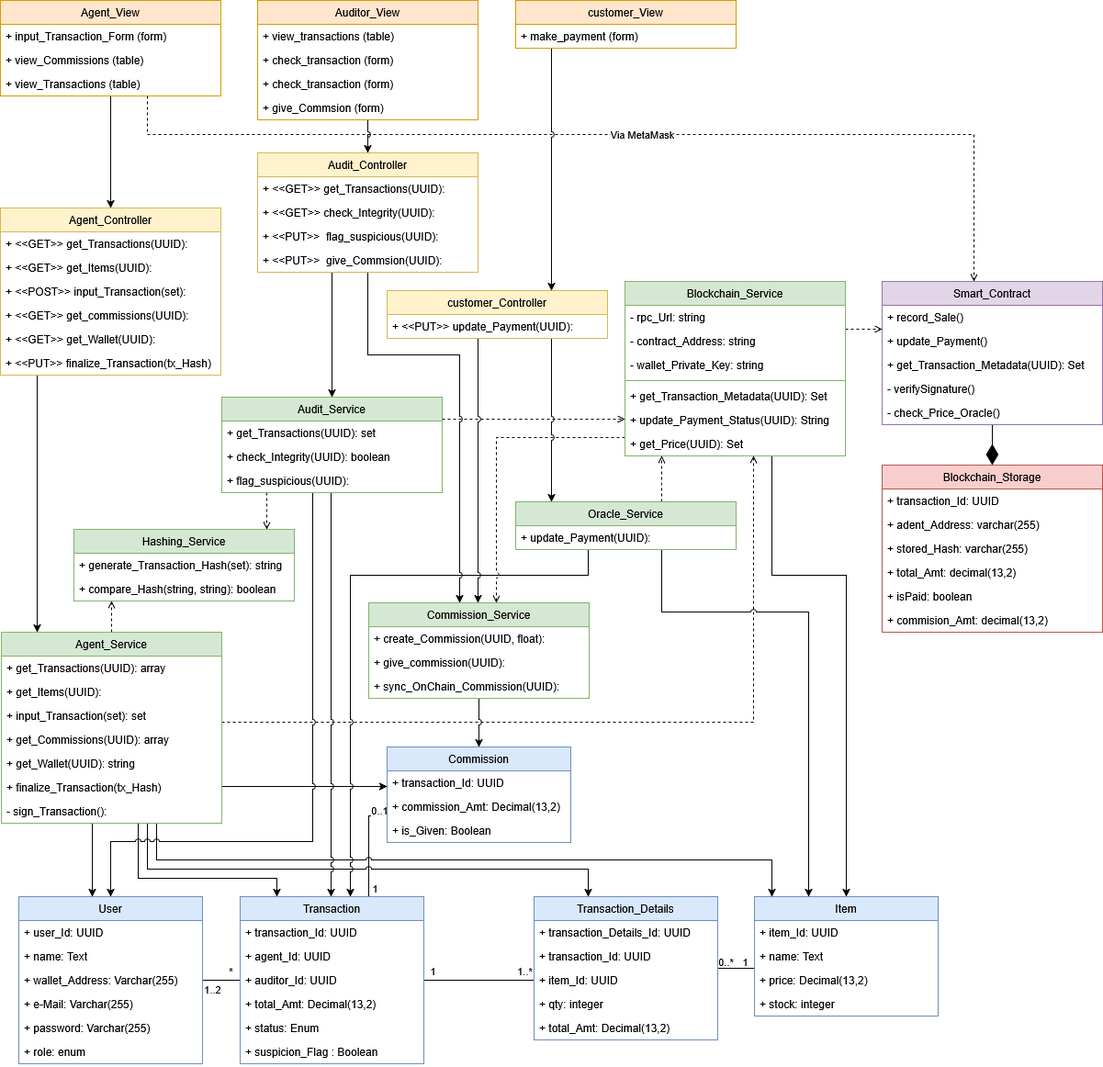
Earlier version of the draw.io export Diagrams/Class Diagram.png (EldwinPr/Tubes-Blockchain). Source tidied: cells renumbered, new cells last; positions are measured from the earlier drawing's top-left corner, leaving out a move shared by most shapes.
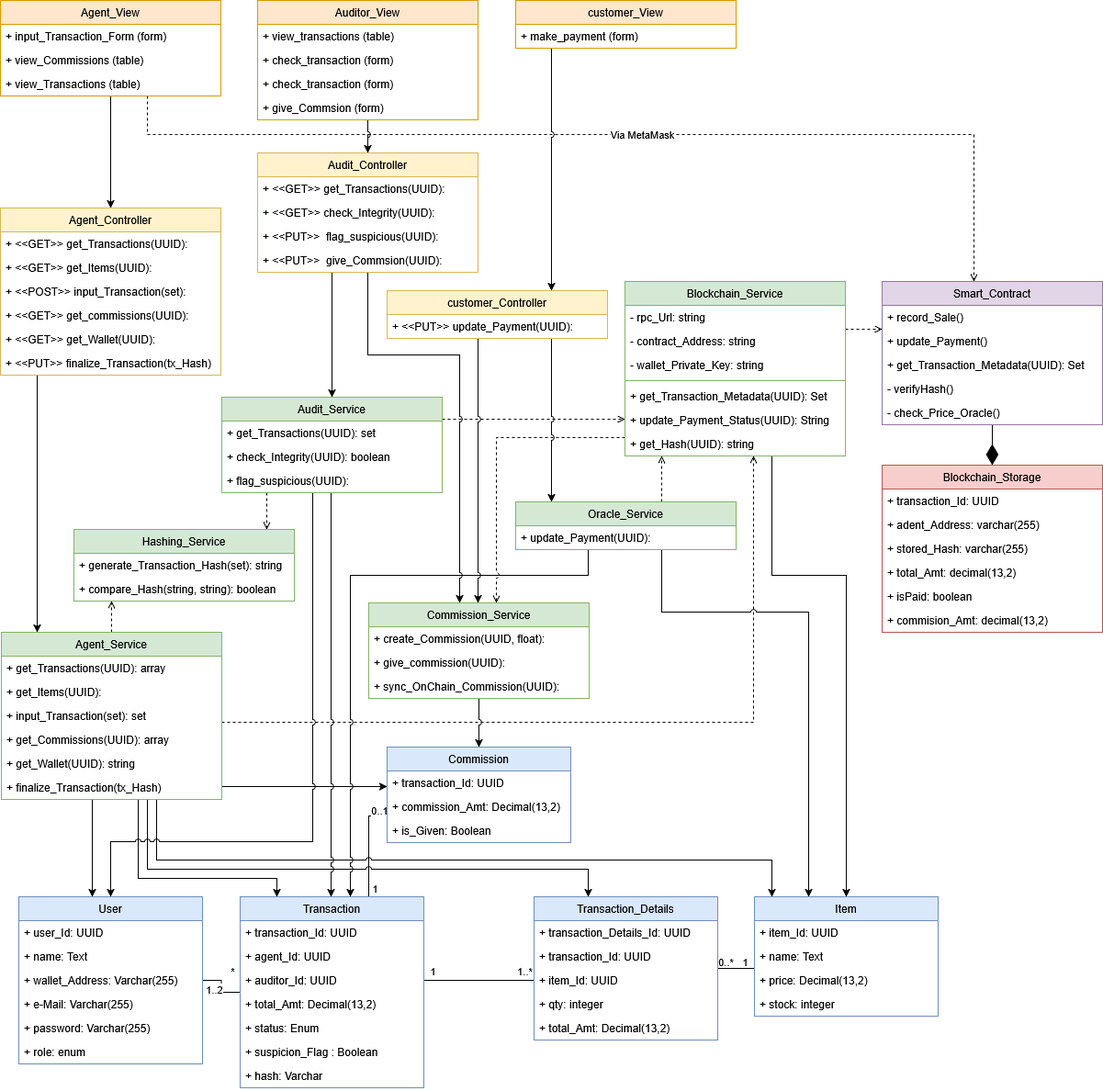
After the commit.

Change to the diagram source:
```diff
@@ -72,7 +72,7 @@
       </mxGeometry>
     </mxCell>
     <mxCell id="18" value="Transaction" style="swimlane;fontStyle=0;horizontal=1;startSize=26;fillColor=#dae8fc;whiteSpace=wrap;html=1;strokeColor=#6c8ebf;" parent="1" vertex="1">
-      <mxGeometry x="261" y="976" width="200" height="182" as="geometry" />
+      <mxGeometry x="261" y="976" width="200" height="208" as="geometry" />
     </mxCell>
     <mxCell id="19" value="+ transaction_Id: UUID" style="text;strokeColor=none;fillColor=none;align=left;verticalAlign=top;spacingLeft=4;spacingRight=4;overflow=hidden;whiteSpace=wrap;html=1;" parent="18" vertex="1">
       <mxGeometry y="26" width="200" height="26" as="geometry" />
@@ -92,6 +92,9 @@
     <mxCell id="24" value="+&amp;nbsp;suspicion_Flag&amp;nbsp;: Boolean" style="text;strokeColor=none;fillColor=none;align=left;verticalAlign=top;spacingLeft=4;spacingRight=4;overflow=hidden;whiteSpace=wrap;html=1;" parent="18" vertex="1">
       <mxGeometry y="156" width="200" height="26" as="geometry" />
     </mxCell>
+    <mxCell id="139" value="+ hash: Varchar" style="text;strokeColor=none;fillColor=none;align=left;verticalAlign=top;spacingLeft=4;spacingRight=4;overflow=hidden;whiteSpace=wrap;html=1;" parent="18" vertex="1">
+      <mxGeometry y="182" width="200" height="26" as="geometry" />
+    </mxCell>
     <mxCell id="25" style="edgeStyle=orthogonalEdgeStyle;rounded=0;jettySize=auto;html=1;endArrow=none;endFill=0;" parent="1" edge="1" source="28" target="34">
       <mxGeometry relative="1" as="geometry">
         <Array as="points">
@@ -232,7 +235,7 @@
       </mxGeometry>
     </mxCell>
     <mxCell id="57" value="Agent_Service" style="swimlane;fontStyle=0;horizontal=1;startSize=26;fillColor=#d5e8d4;whiteSpace=wrap;html=1;strokeColor=#82b366;" parent="1" vertex="1">
-      <mxGeometry x="1" y="688" width="240" height="208" as="geometry" />
+      <mxGeometry x="1" y="688" width="240" height="182" as="geometry" />
     </mxCell>
     <mxCell id="58" value="+ get_Transactions(UUID): array" style="text;strokeColor=none;fillColor=none;align=left;verticalAlign=top;spacingLeft=4;spacingRight=4;overflow=hidden;whiteSpace=wrap;html=1;" parent="57" vertex="1">
       <mxGeometry y="26" width="240" height="26" as="geometry" />
@@ -252,9 +255,6 @@
     <mxCell id="63" value="+ finalize_Transaction(tx_Hash)" style="text;strokeColor=none;fillColor=none;align=left;verticalAlign=top;spacingLeft=4;spacingRight=4;overflow=hidden;whiteSpace=wrap;html=1;" parent="57" vertex="1">
       <mxGeometry y="156" width="240" height="26" as="geometry" />
     </mxCell>
-    <mxCell id="64" value="- sign_Transaction():" style="text;strokeColor=none;fillColor=none;align=left;verticalAlign=top;spacingLeft=4;spacingRight=4;overflow=hidden;whiteSpace=wrap;html=1;" parent="57" vertex="1">
-      <mxGeometry y="182" width="240" height="26" as="geometry" />
-    </mxCell>
     <mxCell id="65" value="Hashing_Service" style="swimlane;fontStyle=0;horizontal=1;startSize=26;fillColor=#d5e8d4;whiteSpace=wrap;html=1;strokeColor=#82b366;" parent="1" vertex="1">
       <mxGeometry x="80" y="576" width="240" height="78" as="geometry" />
     </mxCell>
@@ -382,7 +382,7 @@
     <mxCell id="90" value="+ update_Payment_Status(UUID): String" style="text;strokeColor=none;fillColor=none;align=left;verticalAlign=top;spacingLeft=4;spacingRight=4;overflow=hidden;whiteSpace=wrap;html=1;" parent="84" vertex="1">
       <mxGeometry y="138" width="240" height="26" as="geometry" />
     </mxCell>
-    <mxCell id="91" value="+ get_Price(UUID): Set" style="text;strokeColor=none;fillColor=none;align=left;verticalAlign=top;spacingLeft=4;spacingRight=4;overflow=hidden;whiteSpace=wrap;html=1;perimeterSpacing=0;" parent="84" vertex="1">
+    <mxCell id="91" value="+ get_Hash(UUID): string" style="text;strokeColor=none;fillColor=none;align=left;verticalAlign=top;spacingLeft=4;spacingRight=4;overflow=hidden;whiteSpace=wrap;html=1;perimeterSpacing=0;" parent="84" vertex="1">
       <mxGeometry y="164" width="240" height="26" as="geometry" />
     </mxCell>
     <mxCell id="92" style="edgeStyle=orthogonalEdgeStyle;rounded=0;jettySize=auto;html=1;jumpStyle=arc;" parent="1" edge="1" source="93" target="39">
@@ -561,7 +561,7 @@
     <mxCell id="136" value="+ get_Transaction_Metadata(UUID): Set" style="text;strokeColor=none;fillColor=none;align=left;verticalAlign=top;spacingLeft=4;spacingRight=4;overflow=hidden;whiteSpace=wrap;html=1;" parent="133" vertex="1">
       <mxGeometry y="78" width="240" height="26" as="geometry" />
     </mxCell>
-    <mxCell id="137" value="- verifySignature()" style="text;strokeColor=none;fillColor=none;align=left;verticalAlign=top;spacingLeft=4;spacingRight=4;overflow=hidden;whiteSpace=wrap;html=1;" parent="133" vertex="1">
+    <mxCell id="137" value="- verifyHash()" style="text;strokeColor=none;fillColor=none;align=left;verticalAlign=top;spacingLeft=4;spacingRight=4;overflow=hidden;whiteSpace=wrap;html=1;" parent="133" vertex="1">
       <mxGeometry y="104" width="240" height="26" as="geometry" />
     </mxCell>
     <mxCell id="138" value="- check_Price_Oracle()" style="text;strokeColor=none;fillColor=none;align=left;verticalAlign=top;spacingLeft=4;spacingRight=4;overflow=hidden;whiteSpace=wrap;html=1;" parent="133" vertex="1">
```
